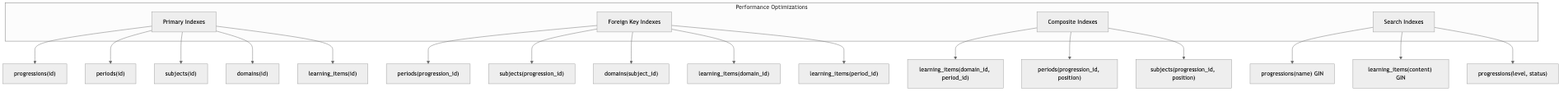
Before: docs/diagrams/png/05-database-performance.png, a diagram exported from Mermaid (ghermet/teetsh-progression). Its source is kept beside it as docs/diagrams/05-database-performance.mmd.
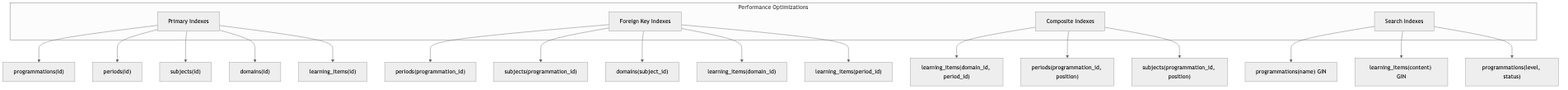
Above is the later version.

What changed in the source:
```diff
@@ -6,22 +6,22 @@
         D[Search Indexes]
     end
 
-    A --> A1["progressions(id)"]
+    A --> A1["programmations(id)"]
     A --> A2["periods(id)"]
     A --> A3["subjects(id)"]
     A --> A4["domains(id)"]
     A --> A5["learning_items(id)"]
 
-    B --> B1["periods(progression_id)"]
-    B --> B2["subjects(progression_id)"]
+    B --> B1["periods(programmation_id)"]
+    B --> B2["subjects(programmation_id)"]
     B --> B3["domains(subject_id)"]
     B --> B4["learning_items(domain_id)"]
     B --> B5["learning_items(period_id)"]
 
     C --> C1["learning_items(domain_id, period_id)"]
-    C --> C2["periods(progression_id, position)"]
-    C --> C3["subjects(progression_id, position)"]
+    C --> C2["periods(programmation_id, position)"]
+    C --> C3["subjects(programmation_id, position)"]
 
-    D --> D1["progressions(name) GIN"]
+    D --> D1["programmations(name) GIN"]
     D --> D2["learning_items(content) GIN"]
-    D --> D3["progressions(level, status)"]
+    D --> D3["programmations(level, status)"]
```
